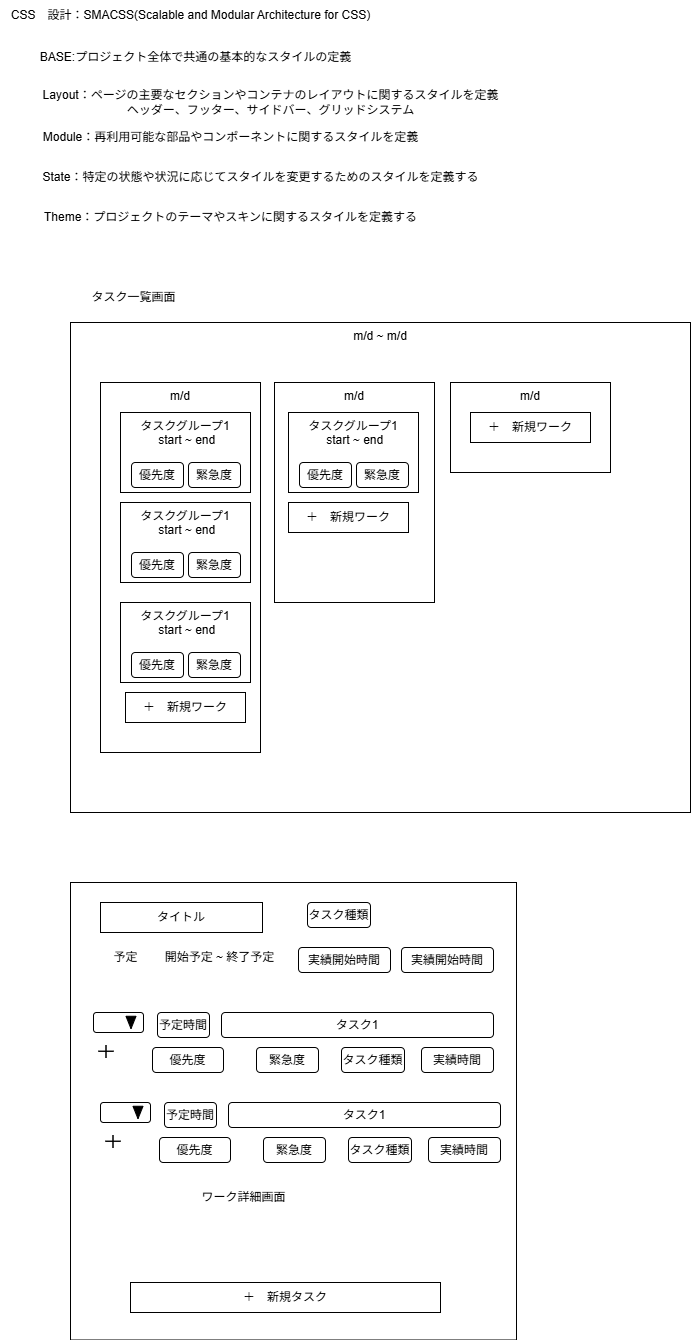
The draw.io diagram product/img/画面遷移.drawio.png in fujisann1024/SpringMVC, before a commit. Source tidied: cells renumbered, new cells last; positions are measured from the earlier drawing's top-left corner, leaving out a move shared by most shapes.
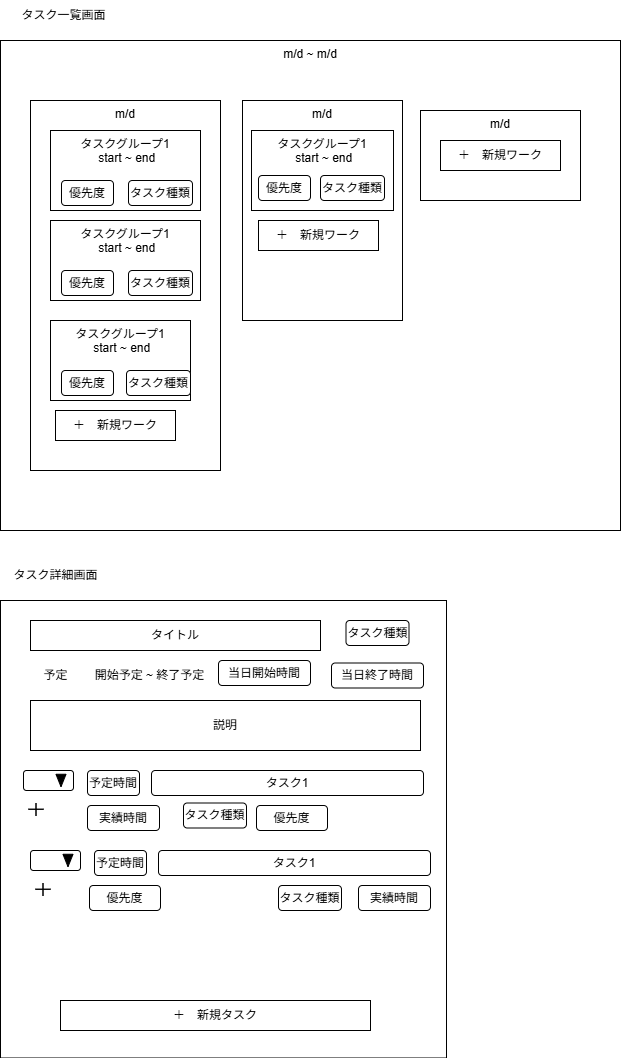
The same file after the commit.

What changed in the source:
```diff
@@ -9,47 +9,29 @@
       <mxGeometry x="78" y="282" width="110" height="30" as="geometry" />
     </mxCell>
     <mxCell id="4" value="m/d" style="rounded=0;whiteSpace=wrap;html=1;verticalAlign=top;" parent="1" vertex="1">
-      <mxGeometry x="100" y="382" width="160" height="370" as="geometry" />
+      <mxGeometry x="100" y="382" width="190" height="370" as="geometry" />
     </mxCell>
     <mxCell id="5" value="タスクグループ1&lt;div&gt;&amp;nbsp;start ~ end&lt;div&gt;&lt;br&gt;&lt;/div&gt;&lt;/div&gt;" style="rounded=0;whiteSpace=wrap;html=1;verticalAlign=top;" parent="1" vertex="1">
-      <mxGeometry x="120" y="412" width="130" height="80" as="geometry" />
+      <mxGeometry x="120" y="412" width="150" height="80" as="geometry" />
     </mxCell>
     <mxCell id="6" value="m/d" style="rounded=0;whiteSpace=wrap;html=1;verticalAlign=top;" parent="1" vertex="1">
-      <mxGeometry x="274" y="382" width="160" height="220" as="geometry" />
+      <mxGeometry x="312" y="382" width="160" height="220" as="geometry" />
     </mxCell>
     <mxCell id="7" value="＋　新規ワーク" style="rounded=0;whiteSpace=wrap;html=1;" parent="1" vertex="1">
-      <mxGeometry x="288" y="502" width="120" height="30" as="geometry" />
+      <mxGeometry x="328" y="502" width="120" height="30" as="geometry" />
     </mxCell>
     <mxCell id="8" value="m/d" style="rounded=0;whiteSpace=wrap;html=1;verticalAlign=top;" parent="1" vertex="1">
-      <mxGeometry x="450" y="382" width="160" height="90" as="geometry" />
+      <mxGeometry x="490" y="392" width="160" height="90" as="geometry" />
     </mxCell>
     <mxCell id="9" style="rounded=0;whiteSpace=wrap;html=1;" parent="1" vertex="1">
       <mxGeometry x="70" y="882" width="446" height="457.5" as="geometry" />
     </mxCell>
-    <mxCell id="10" value="ワーク詳細画面" style="text;html=1;align=center;verticalAlign=middle;strokeColor=none;fillColor=none;" parent="1" vertex="1">
-      <mxGeometry x="188" y="1182" width="110" height="30" as="geometry" />
+    <mxCell id="10" value="タスク詳細画面" style="text;html=1;align=center;verticalAlign=middle;strokeColor=none;fillColor=none;" parent="1" vertex="1">
+      <mxGeometry x="70" y="842" width="110" height="30" as="geometry" />
     </mxCell>
     <mxCell id="11" value="タイトル" style="rounded=0;whiteSpace=wrap;html=1;" parent="1" vertex="1">
-      <mxGeometry x="100" y="902" width="162" height="30" as="geometry" />
+      <mxGeometry x="100" y="902" width="290" height="30" as="geometry" />
     </mxCell>
-    <mxCell id="12" value="CSS　設計：SMACSS(Scalable and Modular Architecture for CSS)" style="text;html=1;align=center;verticalAlign=middle;strokeColor=none;fillColor=none;" parent="1" vertex="1">
-      <mxGeometry width="380" height="30" as="geometry" />
-    </mxCell>
-    <mxCell id="13" value="BASE:プロジェクト全体で共通の基本的なスタイルの定義" style="text;html=1;align=center;verticalAlign=middle;strokeColor=none;fillColor=none;" parent="1" vertex="1">
-      <mxGeometry x="30" y="42" width="330" height="30" as="geometry" />
-    </mxCell>
-    <mxCell id="14" value="Layout：ページの主要なセクションやコンテナのレイアウトに関するスタイルを定義&lt;div&gt;ヘッダー、フッター、サイドバー、グリッドシステム&lt;/div&gt;" style="text;html=1;align=center;verticalAlign=middle;strokeColor=none;fillColor=none;" parent="1" vertex="1">
-      <mxGeometry x="30" y="82" width="480" height="40" as="geometry" />
-    </mxCell>
-    <mxCell id="15" value="Module：再利用可能な部品やコンポーネントに関するスタイルを定義" style="text;html=1;align=center;verticalAlign=middle;strokeColor=none;fillColor=none;" parent="1" vertex="1">
-      <mxGeometry x="30" y="122" width="400" height="30" as="geometry" />
-    </mxCell>
-    <mxCell id="16" value="State：特定の状態や状況に応じてスタイルを変更するためのスタイルを定義する" style="text;html=1;align=center;verticalAlign=middle;strokeColor=none;fillColor=none;" parent="1" vertex="1">
-      <mxGeometry x="30" y="162" width="460" height="30" as="geometry" />
-    </mxCell>
-    <mxCell id="17" value="Theme：プロジェクトのテーマやスキンに関するスタイルを定義する" style="text;html=1;align=center;verticalAlign=middle;strokeColor=none;fillColor=none;" parent="1" vertex="1">
-      <mxGeometry x="30" y="202" width="400" height="30" as="geometry" />
-    </mxCell>
     <mxCell id="18" value="開始予定 ~ 終了予定" style="text;html=1;align=center;verticalAlign=middle;strokeColor=none;fillColor=none;" parent="1" vertex="1">
       <mxGeometry x="154" y="942" width="130" height="30" as="geometry" />
     </mxCell>
@@ -59,62 +41,50 @@
     <mxCell id="20" value="優先度" style="rounded=1;whiteSpace=wrap;html=1;" parent="1" vertex="1">
       <mxGeometry x="131" y="462" width="52" height="25" as="geometry" />
     </mxCell>
-    <mxCell id="21" value="緊急度" style="rounded=1;whiteSpace=wrap;html=1;" parent="1" vertex="1">
-      <mxGeometry x="188" y="462" width="52" height="25" as="geometry" />
-    </mxCell>
     <mxCell id="22" value="タスクグループ1&lt;div&gt;&amp;nbsp;start ~ end&lt;div&gt;&lt;br&gt;&lt;/div&gt;&lt;/div&gt;" style="rounded=0;whiteSpace=wrap;html=1;verticalAlign=top;" parent="1" vertex="1">
-      <mxGeometry x="120" y="502" width="130" height="80" as="geometry" />
+      <mxGeometry x="120" y="502" width="150" height="80" as="geometry" />
     </mxCell>
     <mxCell id="23" value="優先度" style="rounded=1;whiteSpace=wrap;html=1;" parent="1" vertex="1">
       <mxGeometry x="131" y="552" width="52" height="25" as="geometry" />
     </mxCell>
-    <mxCell id="24" value="緊急度" style="rounded=1;whiteSpace=wrap;html=1;" parent="1" vertex="1">
-      <mxGeometry x="188" y="552" width="52" height="25" as="geometry" />
-    </mxCell>
     <mxCell id="25" value="タスクグループ1&lt;div&gt;&amp;nbsp;start ~ end&lt;div&gt;&lt;br&gt;&lt;/div&gt;&lt;/div&gt;" style="rounded=0;whiteSpace=wrap;html=1;verticalAlign=top;" parent="1" vertex="1">
-      <mxGeometry x="120" y="602" width="130" height="80" as="geometry" />
+      <mxGeometry x="120" y="602" width="140" height="80" as="geometry" />
     </mxCell>
     <mxCell id="26" value="優先度" style="rounded=1;whiteSpace=wrap;html=1;" parent="1" vertex="1">
       <mxGeometry x="131" y="652" width="52" height="25" as="geometry" />
     </mxCell>
-    <mxCell id="27" value="緊急度" style="rounded=1;whiteSpace=wrap;html=1;" parent="1" vertex="1">
-      <mxGeometry x="188" y="652" width="52" height="25" as="geometry" />
-    </mxCell>
     <mxCell id="28" value="＋　新規ワーク" style="rounded=0;whiteSpace=wrap;html=1;" parent="1" vertex="1">
       <mxGeometry x="125" y="692" width="120" height="30" as="geometry" />
     </mxCell>
     <mxCell id="29" value="タスクグループ1&lt;div&gt;&amp;nbsp;start ~ end&lt;div&gt;&lt;br&gt;&lt;/div&gt;&lt;/div&gt;" style="rounded=0;whiteSpace=wrap;html=1;verticalAlign=top;" parent="1" vertex="1">
-      <mxGeometry x="288" y="412" width="130" height="80" as="geometry" />
+      <mxGeometry x="321" y="412" width="142" height="80" as="geometry" />
     </mxCell>
     <mxCell id="30" value="優先度" style="rounded=1;whiteSpace=wrap;html=1;" parent="1" vertex="1">
-      <mxGeometry x="299" y="462" width="52" height="25" as="geometry" />
+      <mxGeometry x="328" y="457" width="52" height="25" as="geometry" />
     </mxCell>
-    <mxCell id="31" value="緊急度" style="rounded=1;whiteSpace=wrap;html=1;" parent="1" vertex="1">
-      <mxGeometry x="356" y="462" width="52" height="25" as="geometry" />
+    <mxCell id="31" value="タスク種類" style="rounded=1;whiteSpace=wrap;html=1;" parent="1" vertex="1">
+      <mxGeometry x="390" y="457" width="64" height="25" as="geometry" />
     </mxCell>
     <mxCell id="32" value="＋　新規ワーク" style="rounded=0;whiteSpace=wrap;html=1;" parent="1" vertex="1">
-      <mxGeometry x="470" y="412" width="120" height="30" as="geometry" />
+      <mxGeometry x="510" y="422" width="120" height="30" as="geometry" />
     </mxCell>
     <mxCell id="33" style="group;" parent="1" vertex="1">
-      <mxGeometry x="93" y="1012" width="400" height="60" as="geometry" />
+      <mxGeometry x="93" y="1052" width="400" height="60" as="geometry" />
     </mxCell>
     <mxCell id="34" value="タスク1" style="rounded=1;whiteSpace=wrap;html=1;" parent="33" vertex="1">
       <mxGeometry x="128" width="272" height="25" as="geometry" />
     </mxCell>
     <mxCell id="35" value="優先度" style="rounded=1;whiteSpace=wrap;html=1;" parent="33" vertex="1">
-      <mxGeometry x="59" y="35" width="71" height="25" as="geometry" />
+      <mxGeometry x="233" y="35" width="71" height="25" as="geometry" />
     </mxCell>
-    <mxCell id="36" value="緊急度" style="rounded=1;whiteSpace=wrap;html=1;" parent="33" vertex="1">
-      <mxGeometry x="163" y="35" width="62" height="25" as="geometry" />
-    </mxCell>
     <mxCell id="37" value="タスク種類" style="rounded=1;whiteSpace=wrap;html=1;" parent="33" vertex="1">
-      <mxGeometry x="248" y="35" width="63" height="25" as="geometry" />
+      <mxGeometry x="160" y="32.5" width="63" height="25" as="geometry" />
     </mxCell>
     <mxCell id="38" value="予定時間" style="rounded=1;whiteSpace=wrap;html=1;" parent="33" vertex="1">
       <mxGeometry x="64" width="52" height="25" as="geometry" />
     </mxCell>
     <mxCell id="39" value="実績時間" style="rounded=1;whiteSpace=wrap;html=1;" parent="33" vertex="1">
-      <mxGeometry x="328" y="35" width="72" height="25" as="geometry" />
+      <mxGeometry x="64" y="35" width="72" height="25" as="geometry" />
     </mxCell>
     <mxCell id="40" style="group;" parent="33" vertex="1">
       <mxGeometry width="50" height="20" as="geometry" />
@@ -129,7 +99,7 @@
       <mxGeometry x="5" y="32.5" width="15" height="12.5" as="geometry" />
     </mxCell>
     <mxCell id="44" style="group;" parent="1" vertex="1">
-      <mxGeometry x="100" y="1102" width="400" height="60" as="geometry" />
+      <mxGeometry x="100" y="1132" width="400" height="60" as="geometry" />
     </mxCell>
     <mxCell id="45" value="タスク1" style="rounded=1;whiteSpace=wrap;html=1;" parent="44" vertex="1">
       <mxGeometry x="128" width="272" height="25" as="geometry" />
@@ -137,9 +107,6 @@
     <mxCell id="46" value="優先度" style="rounded=1;whiteSpace=wrap;html=1;" parent="44" vertex="1">
       <mxGeometry x="59" y="35" width="71" height="25" as="geometry" />
     </mxCell>
-    <mxCell id="47" value="緊急度" style="rounded=1;whiteSpace=wrap;html=1;" parent="44" vertex="1">
-      <mxGeometry x="163" y="35" width="62" height="25" as="geometry" />
-    </mxCell>
     <mxCell id="48" value="タスク種類" style="rounded=1;whiteSpace=wrap;html=1;" parent="44" vertex="1">
       <mxGeometry x="248" y="35" width="63" height="25" as="geometry" />
     </mxCell>
@@ -161,17 +128,29 @@
     <mxCell id="54" style="shape=cross;whiteSpace=wrap;html=1;fillColor=#000000;size=0;" parent="44" vertex="1">
       <mxGeometry x="5" y="32.5" width="15" height="12.5" as="geometry" />
     </mxCell>
-    <mxCell id="55" value="実績開始時間" style="rounded=1;whiteSpace=wrap;html=1;" parent="1" vertex="1">
-      <mxGeometry x="298" y="947" width="92" height="25" as="geometry" />
+    <mxCell id="55" value="当日開始時間" style="rounded=1;whiteSpace=wrap;html=1;" parent="1" vertex="1">
+      <mxGeometry x="288" y="942" width="92" height="25" as="geometry" />
     </mxCell>
-    <mxCell id="56" value="実績開始時間" style="rounded=1;whiteSpace=wrap;html=1;" parent="1" vertex="1">
-      <mxGeometry x="401" y="947" width="92" height="25" as="geometry" />
+    <mxCell id="56" value="当日終了時間" style="rounded=1;whiteSpace=wrap;html=1;" parent="1" vertex="1">
+      <mxGeometry x="401" y="944.5" width="92" height="25" as="geometry" />
     </mxCell>
     <mxCell id="57" value="タスク種類" style="rounded=1;whiteSpace=wrap;html=1;" parent="1" vertex="1">
-      <mxGeometry x="307" y="902" width="63" height="25" as="geometry" />
+      <mxGeometry x="415.5" y="902" width="63" height="25" as="geometry" />
     </mxCell>
     <mxCell id="58" value="＋　新規タスク" style="rounded=0;whiteSpace=wrap;html=1;" parent="1" vertex="1">
       <mxGeometry x="130" y="1282" width="310" height="30" as="geometry" />
     </mxCell>
+    <mxCell id="59" value="タスク種類" style="rounded=1;whiteSpace=wrap;html=1;" parent="1" vertex="1">
+      <mxGeometry x="198" y="462" width="64" height="25" as="geometry" />
+    </mxCell>
+    <mxCell id="60" value="タスク種類" style="rounded=1;whiteSpace=wrap;html=1;" parent="1" vertex="1">
+      <mxGeometry x="198" y="552" width="64" height="25" as="geometry" />
+    </mxCell>
+    <mxCell id="61" value="タスク種類" style="rounded=1;whiteSpace=wrap;html=1;" parent="1" vertex="1">
+      <mxGeometry x="196" y="652" width="64" height="25" as="geometry" />
+    </mxCell>
+    <mxCell id="62" value="説明" style="rounded=0;whiteSpace=wrap;html=1;" parent="1" vertex="1">
+      <mxGeometry x="100" y="982" width="390" height="50" as="geometry" />
+    </mxCell>
   </root>
 </mxGraphModel>
```
